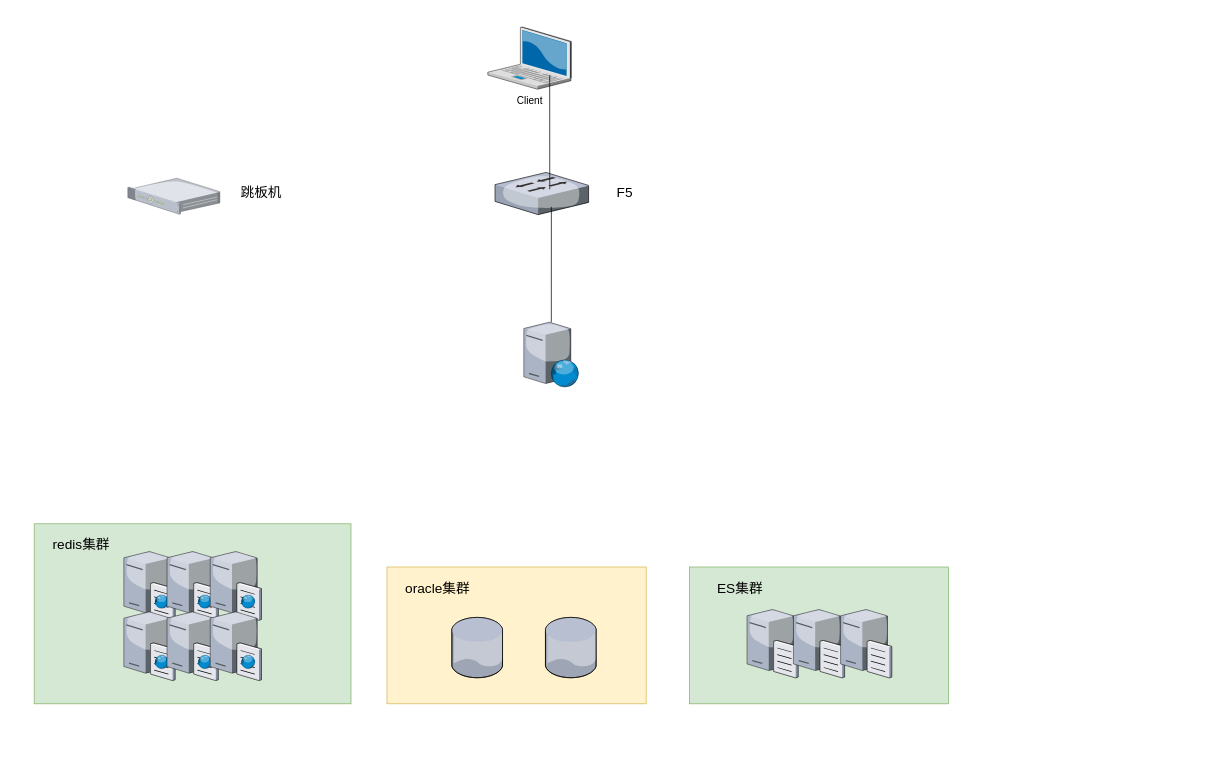
The draw.io diagram itsm 框图.drawio in 541013515/drawio, before the edit. Source tidied: cells renumbered, new cells numbered last; positions are measured from the earlier drawing's top-left corner, leaving out a move shared by most shapes. Both pictures are drawn from the tidied source at 72%, with x=0, y=0 at pixel (34, 27).
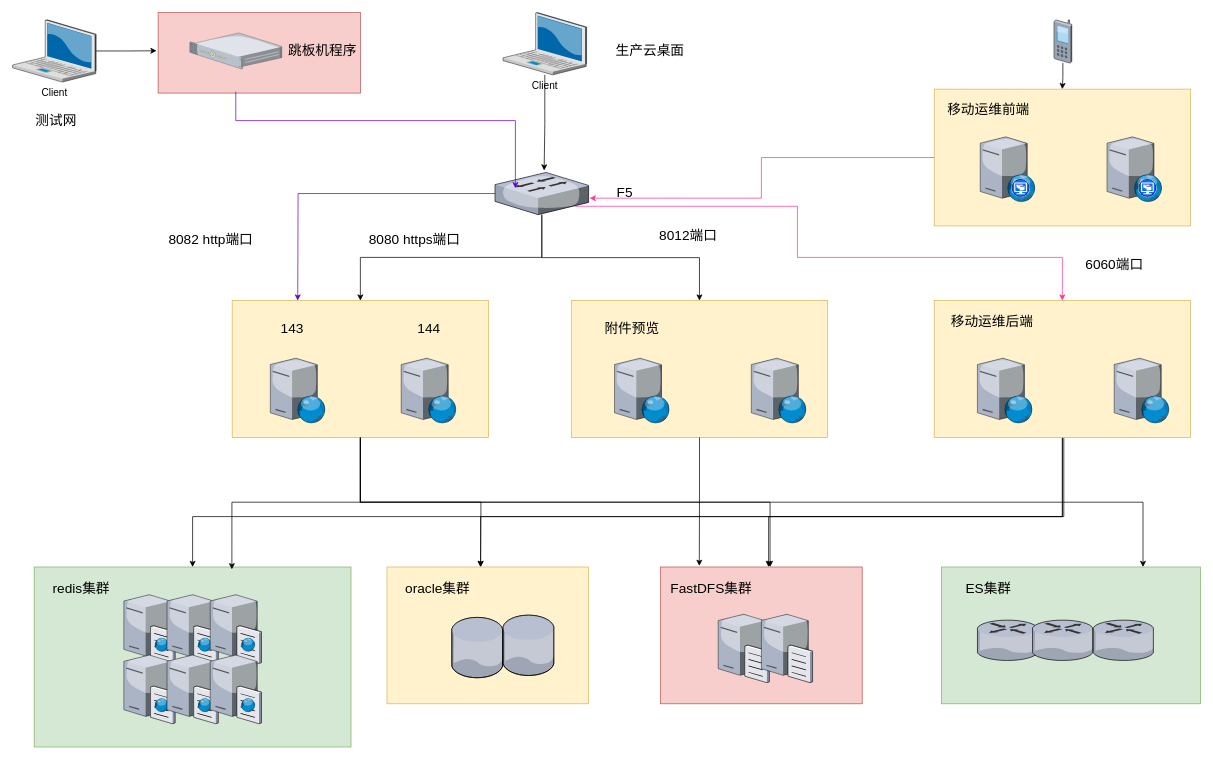
The same page after the edit.

Unchanged cells that the change refers to:
```xml
<mxCell id="5" style="verticalLabelPosition=bottom;html=1;verticalAlign=top;strokeColor=none;shape=mxgraph.citrix.switch;fillColor=#66B2FF;gradientColor=#0066CC;fontSize=14;" parent="1" vertex="1">
  <mxGeometry x="640" y="202" width="130" height="58.6" as="geometry" />
</mxCell>
```

Diff of the diagram source:
```diff
@@
+    <mxCell id="27" style="rounded=0;whiteSpace=wrap;html=1;fillColor=#f8cecc;strokeColor=#b85450;" parent="1" vertex="1">
+      <mxGeometry x="172.1" y="-20" width="280.9" height="111.8" as="geometry" />
+    </mxCell>
+    <mxCell id="28" style="edgeStyle=orthogonalEdgeStyle;rounded=0;jettySize=auto;html=1;" parent="1" edge="1" source="30">
+      <mxGeometry relative="1" as="geometry">
+        <mxPoint x="620" y="750" as="targetPoint" />
+      </mxGeometry>
+    </mxCell>
+    <mxCell id="29" style="edgeStyle=orthogonalEdgeStyle;rounded=0;jettySize=auto;html=1;" parent="1" edge="1" source="30" target="22">
+      <mxGeometry relative="1" as="geometry">
+        <Array as="points">
+          <mxPoint x="453" y="660" />
+          <mxPoint x="1540" y="660" />
+        </Array>
+      </mxGeometry>
+    </mxCell>
+    <mxCell id="30" style="rounded=0;whiteSpace=wrap;html=1;fillColor=#fff2cc;strokeColor=#d6b656;" parent="1" vertex="1">
+      <mxGeometry x="275" y="380" width="355.9" height="190" as="geometry" />
+    </mxCell>
     <mxCell id="2" style="rounded=0;whiteSpace=wrap;html=1;fillColor=#fff2cc;strokeColor=#d6b656;" parent="1" vertex="1">
-      <mxGeometry x="490" y="750" width="360" height="190" as="geometry" />
+      <mxGeometry x="490" y="750" width="280" height="190" as="geometry" />
     </mxCell>
     <mxCell id="3" style="rounded=0;whiteSpace=wrap;html=1;fillColor=#d5e8d4;strokeColor=#82b366;" parent="1" vertex="1">
-      <mxGeometry y="690" width="440" height="250" as="geometry" />
+      <mxGeometry y="750" width="440" height="250" as="geometry" />
     </mxCell>
     <mxCell id="4" value="Client" style="verticalLabelPosition=bottom;html=1;verticalAlign=top;strokeColor=none;shape=mxgraph.citrix.laptop_2;fillColor=#66B2FF;gradientColor=#0066CC;fontSize=14;" parent="1" vertex="1">
-      <mxGeometry x="630" width="116" height="86.5" as="geometry" />
+      <mxGeometry x="651.2" y="-20" width="116" height="86.5" as="geometry" />
     </mxCell>
+    <mxCell id="31" style="edgeStyle=orthogonalEdgeStyle;rounded=0;jettySize=auto;html=1;entryX=0.5;entryY=0;entryDx=0;entryDy=0;" parent="1" edge="1" source="5" target="40">
+      <mxGeometry relative="1" as="geometry" />
+    </mxCell>
+    <mxCell id="32" style="edgeStyle=orthogonalEdgeStyle;rounded=0;jettySize=auto;html=1;strokeColor=#6600CC;" parent="1" edge="1" source="5">
+      <mxGeometry relative="1" as="geometry">
+        <mxPoint x="366" y="380" as="targetPoint" />
+      </mxGeometry>
+    </mxCell>
+    <mxCell id="33" style="edgeStyle=orthogonalEdgeStyle;rounded=0;jettySize=auto;html=1;" parent="1" edge="1" source="5" target="30">
+      <mxGeometry relative="1" as="geometry">
+        <Array as="points">
+          <mxPoint x="705" y="320" />
+          <mxPoint x="453" y="320" />
+        </Array>
+      </mxGeometry>
+    </mxCell>
+    <mxCell id="34" style="edgeStyle=orthogonalEdgeStyle;rounded=0;jettySize=auto;html=1;entryX=0.5;entryY=0;entryDx=0;entryDy=0;exitX=0.857;exitY=0.715;exitDx=0;exitDy=0;exitPerimeter=0;strokeColor=#FF3399;" parent="1" edge="1" source="5" target="48">
+      <mxGeometry relative="1" as="geometry">
+        <Array as="points">
+          <mxPoint x="751" y="249" />
+          <mxPoint x="1060" y="249" />
+          <mxPoint x="1060" y="320" />
+          <mxPoint x="1428" y="320" />
+        </Array>
+      </mxGeometry>
+    </mxCell>
@@
     <mxCell id="7" style="verticalLabelPosition=bottom;sketch=0;html=1;verticalAlign=top;strokeColor=none;align=center;outlineConnect=0;shape=mxgraph.citrix.web_server;" parent="1" vertex="1">
-      <mxGeometry x="680" y="410" width="76.5" height="90" as="geometry" />
+      <mxGeometry x="327.9" y="460" width="76.5" height="90" as="geometry" />
     </mxCell>
-    <mxCell id="8" style="endArrow=none;html=1;rounded=0;exitX=0.602;exitY=0.815;exitDx=0;exitDy=0;exitPerimeter=0;" parent="1" edge="1" source="5" target="7">
-      <mxGeometry relative="1" as="geometry" />
-    </mxCell>
-    <mxCell id="9" style="endArrow=none;html=1;rounded=0;exitX=0.741;exitY=0.775;exitDx=0;exitDy=0;exitPerimeter=0;entryX=0.585;entryY=0.4;entryDx=0;entryDy=0;entryPerimeter=0;" parent="1" edge="1" source="4" target="5">
-      <mxGeometry relative="1" as="geometry" />
-    </mxCell>
     <mxCell id="10" style="verticalLabelPosition=bottom;sketch=0;html=1;verticalAlign=top;strokeColor=none;align=center;shape=mxgraph.citrix.cache_server;" parent="1" vertex="1">
-      <mxGeometry x="124.5" y="726.2" width="71" height="97.5" as="geometry" />
+      <mxGeometry x="124.5" y="786.2" width="71" height="97.5" as="geometry" />
     </mxCell>
     <mxCell id="11" value="&lt;font style=&quot;font-size: 19px;&quot;&gt;redis集群&lt;/font&gt;" style="text;html=1;align=center;verticalAlign=middle;strokeColor=none;fillColor=none;" parent="1" vertex="1">
-      <mxGeometry x="14.5" y="700" width="100" height="40" as="geometry" />
+      <mxGeometry x="14.5" y="760" width="100" height="40" as="geometry" />
     </mxCell>
     <mxCell id="12" style="verticalLabelPosition=bottom;sketch=0;html=1;verticalAlign=top;strokeColor=none;align=center;shape=mxgraph.citrix.1u_2u_server;" parent="1" vertex="1">
-      <mxGeometry x="130" y="210" width="127.9" height="50" as="geometry" />
+      <mxGeometry x="216.1" y="8.2" width="127.9" height="50" as="geometry" />
     </mxCell>
     <mxCell id="13" style="verticalLabelPosition=bottom;sketch=0;html=1;verticalAlign=top;strokeColor=none;align=center;shape=mxgraph.citrix.cache_server;" parent="1" vertex="1">
-      <mxGeometry x="184.5" y="726.2" width="71" height="97.5" as="geometry" />
+      <mxGeometry x="184.5" y="786.2" width="71" height="97.5" as="geometry" />
     </mxCell>
     <mxCell id="14" style="verticalLabelPosition=bottom;sketch=0;html=1;verticalAlign=top;strokeColor=none;align=center;shape=mxgraph.citrix.cache_server;" parent="1" vertex="1">
-      <mxGeometry x="244.5" y="726.2" width="71" height="97.5" as="geometry" />
+      <mxGeometry x="244.5" y="786.2" width="71" height="97.5" as="geometry" />
     </mxCell>
     <mxCell id="15" style="verticalLabelPosition=bottom;sketch=0;html=1;verticalAlign=top;strokeColor=none;align=center;shape=mxgraph.citrix.cache_server;" parent="1" vertex="1">
-      <mxGeometry x="124.5" y="810" width="71" height="97.5" as="geometry" />
+      <mxGeometry x="124.5" y="870" width="71" height="97.5" as="geometry" />
     </mxCell>
     <mxCell id="16" style="verticalLabelPosition=bottom;sketch=0;html=1;verticalAlign=top;strokeColor=none;align=center;shape=mxgraph.citrix.cache_server;" parent="1" vertex="1">
-      <mxGeometry x="184.5" y="810" width="71" height="97.5" as="geometry" />
+      <mxGeometry x="184.5" y="870" width="71" height="97.5" as="geometry" />
     </mxCell>
     <mxCell id="17" style="verticalLabelPosition=bottom;sketch=0;html=1;verticalAlign=top;strokeColor=none;align=center;shape=mxgraph.citrix.cache_server;" parent="1" vertex="1">
-      <mxGeometry x="244.5" y="810" width="71" height="97.5" as="geometry" />
+      <mxGeometry x="244.5" y="870" width="71" height="97.5" as="geometry" />
     </mxCell>
@@
     <mxCell id="19" style="verticalLabelPosition=bottom;sketch=0;html=1;verticalAlign=top;strokeColor=none;align=center;shape=mxgraph.citrix.database;" parent="1" vertex="1">
-      <mxGeometry x="710" y="820" width="71.2" height="83.8" as="geometry" />
+      <mxGeometry x="651.2" y="816.9" width="71.2" height="83.8" as="geometry" />
     </mxCell>
@@
-    <mxCell id="21" value="&lt;span style=&quot;font-size: 19px;&quot;&gt;跳板机&lt;/span&gt;" style="text;html=1;align=center;verticalAlign=middle;strokeColor=none;fillColor=none;" parent="1" vertex="1">
-      <mxGeometry x="275" y="211.3" width="80" height="40" as="geometry" />
+    <mxCell id="21" value="&lt;span style=&quot;font-size: 19px;&quot;&gt;跳板机程序&lt;/span&gt;" style="text;html=1;align=center;verticalAlign=middle;strokeColor=none;fillColor=none;" parent="1" vertex="1">
+      <mxGeometry x="340" y="13.2" width="120" height="40" as="geometry" />
     </mxCell>
     <mxCell id="22" style="rounded=0;whiteSpace=wrap;html=1;fillColor=#d5e8d4;strokeColor=#82b366;" parent="1" vertex="1">
-      <mxGeometry x="910" y="750" width="360" height="190" as="geometry" />
+      <mxGeometry x="1260" y="750" width="360" height="190" as="geometry" />
     </mxCell>
     <mxCell id="23" value="&lt;font style=&quot;font-size: 19px;&quot;&gt;ES集群&lt;/font&gt;" style="text;html=1;align=center;verticalAlign=middle;strokeColor=none;fillColor=none;" parent="1" vertex="1">
-      <mxGeometry x="935" y="760" width="90" height="40" as="geometry" />
+      <mxGeometry x="1280" y="760" width="90" height="40" as="geometry" />
     </mxCell>
-    <mxCell id="24" style="verticalLabelPosition=bottom;sketch=0;html=1;verticalAlign=top;strokeColor=none;align=center;shape=mxgraph.citrix.file_server;" parent="1" vertex="1">
-      <mxGeometry x="990" y="806.8" width="71" height="97" as="geometry" />
-    </mxCell>
-    <mxCell id="25" style="verticalLabelPosition=bottom;sketch=0;html=1;verticalAlign=top;strokeColor=none;align=center;shape=mxgraph.citrix.file_server;" parent="1" vertex="1">
-      <mxGeometry x="1054.5" y="806.8" width="71" height="97" as="geometry" />
-    </mxCell>
-    <mxCell id="26" style="verticalLabelPosition=bottom;sketch=0;html=1;verticalAlign=top;strokeColor=none;align=center;shape=mxgraph.citrix.file_server;" parent="1" vertex="1">
-      <mxGeometry x="1120" y="806.8" width="71" height="97" as="geometry" />
-    </mxCell>
+    <mxCell id="35" style="verticalLabelPosition=bottom;sketch=0;html=1;verticalAlign=top;strokeColor=none;align=center;shape=mxgraph.citrix.web_server;" parent="1" vertex="1">
+      <mxGeometry x="509.7" y="460" width="76.5" height="90" as="geometry" />
+    </mxCell>
+    <mxCell id="36" value="&lt;font style=&quot;font-size: 19px;&quot;&gt;143&lt;/font&gt;" style="text;html=1;align=center;verticalAlign=middle;strokeColor=none;fillColor=none;" parent="1" vertex="1">
+      <mxGeometry x="327.9" y="400" width="60" height="40" as="geometry" />
+    </mxCell>
+    <mxCell id="37" value="&lt;font style=&quot;font-size: 19px;&quot;&gt;144&lt;/font&gt;" style="text;html=1;align=center;verticalAlign=middle;strokeColor=none;fillColor=none;" parent="1" vertex="1">
+      <mxGeometry x="517.9" y="400" width="60" height="40" as="geometry" />
+    </mxCell>
+    <mxCell id="38" style="edgeStyle=orthogonalEdgeStyle;rounded=0;jettySize=auto;html=1;" parent="1" edge="1" source="39">
+      <mxGeometry relative="1" as="geometry">
+        <mxPoint x="170" y="33" as="targetPoint" />
+      </mxGeometry>
+    </mxCell>
+    <mxCell id="39" value="Client" style="verticalLabelPosition=bottom;html=1;verticalAlign=top;strokeColor=none;shape=mxgraph.citrix.laptop_2;fillColor=#66B2FF;gradientColor=#0066CC;fontSize=14;" parent="1" vertex="1">
+      <mxGeometry x="-30" y="-10" width="116" height="86.5" as="geometry" />
+    </mxCell>
+    <mxCell id="40" style="rounded=0;whiteSpace=wrap;html=1;fillColor=#fff2cc;strokeColor=#d6b656;" parent="1" vertex="1">
+      <mxGeometry x="746" y="380" width="355.9" height="190" as="geometry" />
+    </mxCell>
+    <mxCell id="41" style="verticalLabelPosition=bottom;sketch=0;html=1;verticalAlign=top;strokeColor=none;align=center;shape=mxgraph.citrix.web_server;" parent="1" vertex="1">
+      <mxGeometry x="806" y="460" width="76.5" height="90" as="geometry" />
+    </mxCell>
+    <mxCell id="42" style="verticalLabelPosition=bottom;sketch=0;html=1;verticalAlign=top;strokeColor=none;align=center;shape=mxgraph.citrix.web_server;" parent="1" vertex="1">
+      <mxGeometry x="996" y="460" width="76.5" height="90" as="geometry" />
+    </mxCell>
+    <mxCell id="43" style="edgeStyle=orthogonalEdgeStyle;rounded=0;jettySize=auto;html=1;entryX=0.5;entryY=0;entryDx=0;entryDy=0;" parent="1" edge="1" source="44" target="58">
+      <mxGeometry relative="1" as="geometry" />
+    </mxCell>
+    <mxCell id="44" style="verticalLabelPosition=bottom;sketch=0;html=1;verticalAlign=top;strokeColor=none;align=center;outlineConnect=0;shape=mxgraph.citrix.cell_phone;" parent="1" vertex="1">
+      <mxGeometry x="1416.2" y="-10" width="25" height="60" as="geometry" />
+    </mxCell>
+    <mxCell id="45" style="edgeStyle=orthogonalEdgeStyle;rounded=0;orthogonalLoop=1;jettySize=auto;html=1;entryX=0.5;entryY=0;entryDx=0;entryDy=0;exitX=0.534;exitY=1;exitDx=0;exitDy=0;exitPerimeter=0;" parent="1" edge="1">
+      <mxGeometry relative="1" as="geometry">
+        <mxPoint x="1430" y="570" as="sourcePoint" />
+        <mxPoint x="620" y="750" as="targetPoint" />
+        <Array as="points">
+          <mxPoint x="1430" y="680" />
+          <mxPoint x="620" y="680" />
+        </Array>
+      </mxGeometry>
+    </mxCell>
+    <mxCell id="46" style="edgeStyle=orthogonalEdgeStyle;rounded=0;jettySize=auto;html=1;" parent="1" edge="1" source="48" target="51">
+      <mxGeometry relative="1" as="geometry">
+        <Array as="points">
+          <mxPoint x="1428" y="680" />
+          <mxPoint x="1020" y="680" />
+        </Array>
+      </mxGeometry>
+    </mxCell>
+    <mxCell id="47" style="edgeStyle=orthogonalEdgeStyle;rounded=0;jettySize=auto;html=1;entryX=0.5;entryY=0;entryDx=0;entryDy=0;" parent="1" edge="1" source="48" target="3">
+      <mxGeometry relative="1" as="geometry">
+        <Array as="points">
+          <mxPoint x="1428" y="680" />
+          <mxPoint x="220" y="680" />
+        </Array>
+      </mxGeometry>
+    </mxCell>
+    <mxCell id="48" style="rounded=0;whiteSpace=wrap;html=1;fillColor=#fff2cc;strokeColor=#d6b656;" parent="1" vertex="1">
+      <mxGeometry x="1250" y="380" width="355.9" height="190" as="geometry" />
+    </mxCell>
+    <mxCell id="49" style="verticalLabelPosition=bottom;sketch=0;html=1;verticalAlign=top;strokeColor=none;align=center;shape=mxgraph.citrix.web_server;" parent="1" vertex="1">
+      <mxGeometry x="1310" y="460" width="76.5" height="90" as="geometry" />
+    </mxCell>
+    <mxCell id="50" style="verticalLabelPosition=bottom;sketch=0;html=1;verticalAlign=top;strokeColor=none;align=center;shape=mxgraph.citrix.web_server;" parent="1" vertex="1">
+      <mxGeometry x="1500" y="460" width="76.5" height="90" as="geometry" />
+    </mxCell>
+    <mxCell id="51" style="rounded=0;whiteSpace=wrap;html=1;fillColor=#f8cecc;strokeColor=#b85450;" parent="1" vertex="1">
+      <mxGeometry x="870" y="750" width="280" height="190" as="geometry" />
+    </mxCell>
+    <mxCell id="52" value="&lt;font style=&quot;font-size: 19px;&quot;&gt;FastDFS集群&lt;/font&gt;" style="text;html=1;align=center;verticalAlign=middle;strokeColor=none;fillColor=none;" parent="1" vertex="1">
+      <mxGeometry x="870" y="760" width="140" height="40" as="geometry" />
+    </mxCell>
+    <mxCell id="53" style="verticalLabelPosition=bottom;sketch=0;html=1;verticalAlign=top;strokeColor=none;align=center;shape=mxgraph.citrix.file_server;" parent="1" vertex="1">
+      <mxGeometry x="950" y="813.4" width="71" height="97" as="geometry" />
+    </mxCell>
+    <mxCell id="54" style="verticalLabelPosition=bottom;sketch=0;html=1;verticalAlign=top;strokeColor=none;align=center;shape=mxgraph.citrix.file_server;" parent="1" vertex="1">
+      <mxGeometry x="1010" y="813.4" width="71" height="97" as="geometry" />
+    </mxCell>
+    <mxCell id="55" style="verticalLabelPosition=bottom;sketch=0;html=1;verticalAlign=top;strokeColor=none;align=center;shape=mxgraph.citrix.router;" parent="1" vertex="1">
+      <mxGeometry x="1310" y="823.8" width="84.4" height="56" as="geometry" />
+    </mxCell>
+    <mxCell id="56" style="verticalLabelPosition=bottom;sketch=0;html=1;verticalAlign=top;strokeColor=none;align=center;shape=mxgraph.citrix.router;" parent="1" vertex="1">
+      <mxGeometry x="1386.5" y="823.8" width="84.4" height="56" as="geometry" />
+    </mxCell>
+    <mxCell id="57" style="verticalLabelPosition=bottom;sketch=0;html=1;verticalAlign=top;strokeColor=none;align=center;shape=mxgraph.citrix.router;" parent="1" vertex="1">
+      <mxGeometry x="1470.9" y="823.8" width="84.4" height="56" as="geometry" />
+    </mxCell>
+    <mxCell id="58" style="rounded=0;whiteSpace=wrap;html=1;fillColor=#fff2cc;strokeColor=#d6b656;" parent="1" vertex="1">
+      <mxGeometry x="1250" y="86.3" width="355.9" height="190" as="geometry" />
+    </mxCell>
+    <mxCell id="59" style="verticalLabelPosition=bottom;sketch=0;html=1;verticalAlign=top;strokeColor=none;align=center;shape=mxgraph.citrix.desktop_web;" parent="1" vertex="1">
+      <mxGeometry x="1313.9" y="152.6" width="76.5" height="90" as="geometry" />
+    </mxCell>
+    <mxCell id="60" style="verticalLabelPosition=bottom;sketch=0;html=1;verticalAlign=top;strokeColor=none;align=center;shape=mxgraph.citrix.desktop_web;" parent="1" vertex="1">
+      <mxGeometry x="1490" y="152.6" width="76.5" height="90" as="geometry" />
+    </mxCell>
+    <mxCell id="61" value="&lt;span style=&quot;font-size: 19px;&quot;&gt;移动运维前端&lt;/span&gt;" style="text;html=1;align=center;verticalAlign=middle;strokeColor=none;fillColor=none;" parent="1" vertex="1">
+      <mxGeometry x="1255" y="96.3" width="140" height="40" as="geometry" />
+    </mxCell>
+    <mxCell id="62" value="&lt;span style=&quot;font-size: 19px;&quot;&gt;移动运维后端&lt;/span&gt;" style="text;html=1;align=center;verticalAlign=middle;strokeColor=none;fillColor=none;" parent="1" vertex="1">
+      <mxGeometry x="1260" y="390" width="140" height="40" as="geometry" />
+    </mxCell>
+    <mxCell id="63" value="&lt;span style=&quot;font-size: 19px;&quot;&gt;附件预览&lt;/span&gt;" style="text;html=1;align=center;verticalAlign=middle;strokeColor=none;fillColor=none;" parent="1" vertex="1">
+      <mxGeometry x="780" y="400" width="100" height="40" as="geometry" />
+    </mxCell>
+    <mxCell id="64" style="edgeStyle=orthogonalEdgeStyle;rounded=0;jettySize=auto;html=1;entryX=0.624;entryY=0.013;entryDx=0;entryDy=0;entryPerimeter=0;" parent="1" edge="1" source="30" target="3">
+      <mxGeometry relative="1" as="geometry">
+        <Array as="points">
+          <mxPoint x="453" y="660" />
+          <mxPoint x="275" y="660" />
+        </Array>
+      </mxGeometry>
+    </mxCell>
+    <mxCell id="65" style="edgeStyle=orthogonalEdgeStyle;rounded=0;jettySize=auto;html=1;entryX=0.543;entryY=0;entryDx=0;entryDy=0;entryPerimeter=0;exitX=0.5;exitY=1;exitDx=0;exitDy=0;" parent="1" edge="1" source="30" target="51">
+      <mxGeometry relative="1" as="geometry" />
+    </mxCell>
+    <mxCell id="66" style="edgeStyle=orthogonalEdgeStyle;rounded=0;jettySize=auto;html=1;entryX=0.192;entryY=-0.008;entryDx=0;entryDy=0;entryPerimeter=0;" parent="1" edge="1" source="40" target="51">
+      <mxGeometry relative="1" as="geometry" />
+    </mxCell>
+    <mxCell id="67" value="&lt;span style=&quot;font-size: 19px;&quot;&gt;生产云桌面&lt;/span&gt;" style="text;html=1;align=center;verticalAlign=middle;strokeColor=none;fillColor=none;" parent="1" vertex="1">
+      <mxGeometry x="795" y="13.2" width="120" height="40" as="geometry" />
+    </mxCell>
+    <mxCell id="68" value="&lt;span style=&quot;font-size: 19px;&quot;&gt;测试网&lt;/span&gt;" style="text;html=1;align=center;verticalAlign=middle;strokeColor=none;fillColor=none;" parent="1" vertex="1">
+      <mxGeometry x="-10" y="110" width="80" height="40" as="geometry" />
+    </mxCell>
+    <mxCell id="9" style="edgeStyle=orthogonalEdgeStyle;rounded=0;jettySize=auto;html=1;entryX=0.525;entryY=-0.046;entryDx=0;entryDy=0;entryPerimeter=0;" parent="1" edge="1" source="4" target="5">
+      <mxGeometry relative="1" as="geometry" />
+    </mxCell>
+    <mxCell id="69" value="&lt;font style=&quot;font-size: 19px;&quot;&gt;8012端口&lt;/font&gt;" style="text;html=1;align=center;verticalAlign=middle;strokeColor=none;fillColor=none;" parent="1" vertex="1">
+      <mxGeometry x="857.5" y="270" width="100" height="40" as="geometry" />
+    </mxCell>
+    <mxCell id="70" value="&lt;font style=&quot;font-size: 19px;&quot;&gt;8080 https端口&lt;/font&gt;" style="text;html=1;align=center;verticalAlign=middle;strokeColor=none;fillColor=none;" parent="1" vertex="1">
+      <mxGeometry x="452.9" y="276.3" width="150" height="40" as="geometry" />
+    </mxCell>
+    <mxCell id="71" value="&lt;font style=&quot;font-size: 19px;&quot;&gt;8082 http端口&lt;/font&gt;" style="text;html=1;align=center;verticalAlign=middle;strokeColor=none;fillColor=none;" parent="1" vertex="1">
+      <mxGeometry x="175" y="276.3" width="140" height="40" as="geometry" />
+    </mxCell>
+    <mxCell id="72" style="edgeStyle=orthogonalEdgeStyle;rounded=0;jettySize=auto;html=1;entryX=0.218;entryY=0.374;entryDx=0;entryDy=0;entryPerimeter=0;exitX=0.384;exitY=0.984;exitDx=0;exitDy=0;exitPerimeter=0;strokeColor=#6600CC;" parent="1" edge="1" source="27" target="5">
+      <mxGeometry relative="1" as="geometry">
+        <Array as="points">
+          <mxPoint x="280" y="130" />
+          <mxPoint x="668" y="130" />
+        </Array>
+      </mxGeometry>
+    </mxCell>
+    <mxCell id="73" style="edgeStyle=orthogonalEdgeStyle;rounded=0;jettySize=auto;html=1;entryX=1.011;entryY=0.61;entryDx=0;entryDy=0;entryPerimeter=0;strokeColor=#FF3399;" parent="1" edge="1" source="58" target="5">
+      <mxGeometry relative="1" as="geometry" />
+    </mxCell>
+    <mxCell id="74" value="&lt;font style=&quot;font-size: 19px;&quot;&gt;6060端口&lt;/font&gt;" style="text;html=1;align=center;verticalAlign=middle;strokeColor=none;fillColor=none;" parent="1" vertex="1">
+      <mxGeometry x="1450" y="310" width="100" height="40" as="geometry" />
+    </mxCell>
```
